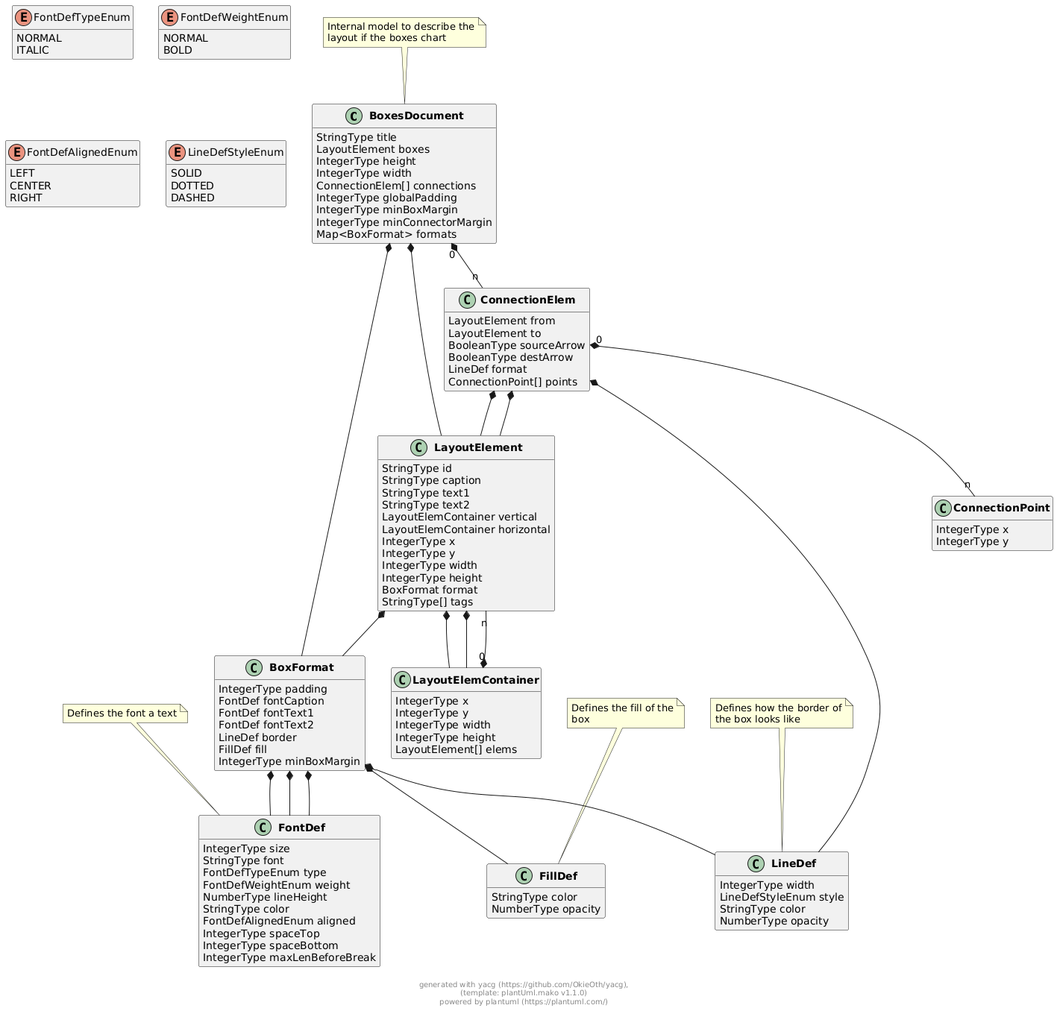
Earlier version of the PlantUML export docs/models/png/boxes_document.png (OkieOth/draw.chart.things).
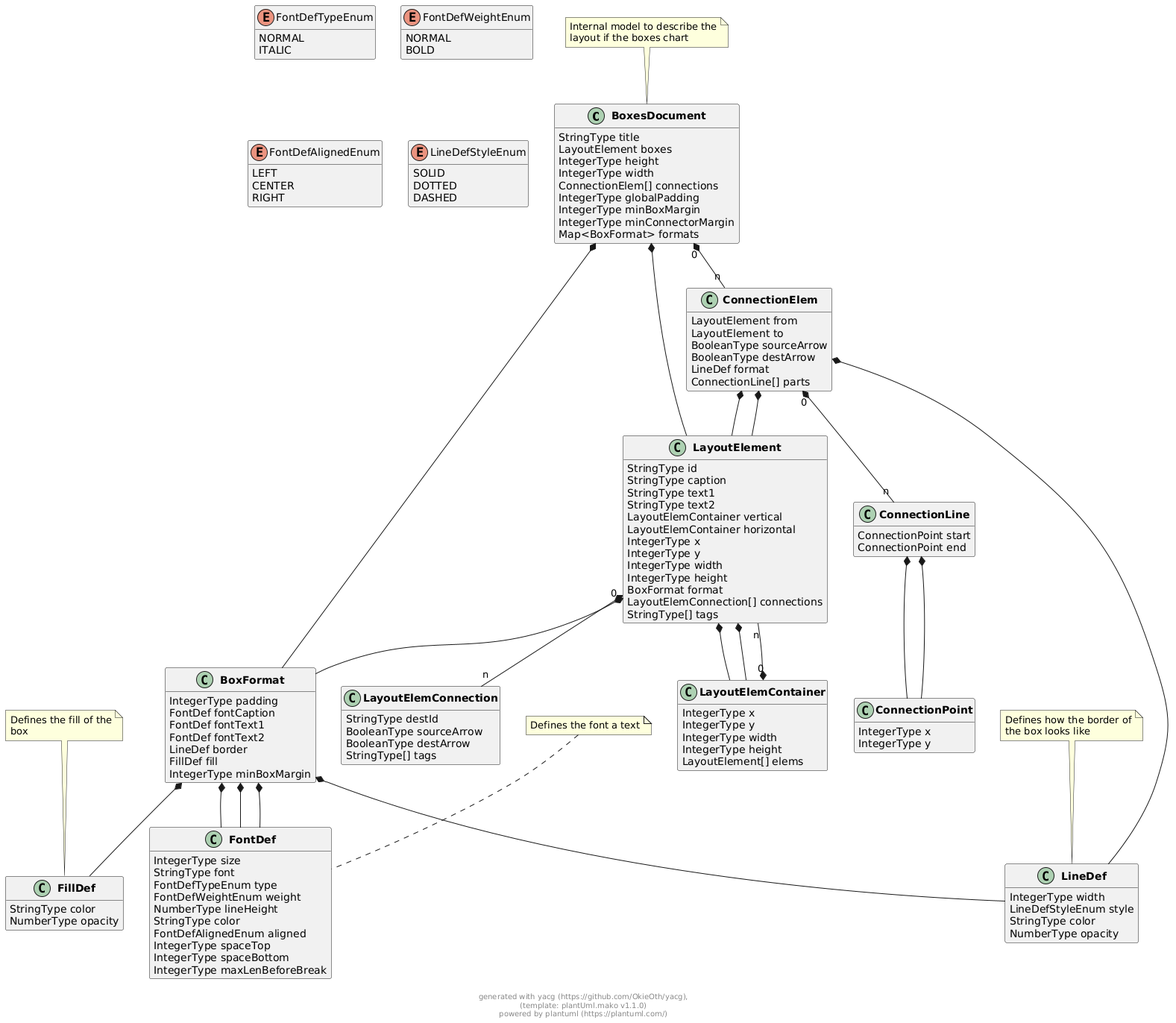
Later version of the same file.

Commit message:
improve boxdoc model for connections

What changed in the source:
```diff
@@ -30,6 +30,7 @@
         IntegerType width
         IntegerType height
         BoxFormat format
+        LayoutElemConnection[] connections
         StringType[] tags
 }
 
@@ -41,7 +42,7 @@
         BooleanType sourceArrow
         BooleanType destArrow
         LineDef format
-        ConnectionPoint[] points
+        ConnectionLine[] parts
 }
 
 
@@ -65,6 +66,22 @@
         IntegerType width
         IntegerType height
         LayoutElement[] elems
+}
+
+
+
+class "**LayoutElemConnection**" as LayoutElemConnection {
+        StringType destId
+        BooleanType sourceArrow
+        BooleanType destArrow
+        StringType[] tags
+}
+
+
+
+class "**ConnectionLine**" as ConnectionLine {
+        ConnectionPoint start
+        ConnectionPoint end
 }
 
 
@@ -161,6 +178,8 @@
 
 LayoutElement  *--  BoxFormat
 
+LayoutElement "0" *-- "n" LayoutElemConnection
+
 
 
 ConnectionElem  *--  LayoutElement
@@ -171,7 +190,7 @@
 
 ConnectionElem  *--  LineDef
 
-ConnectionElem "0" *-- "n" ConnectionPoint
+ConnectionElem "0" *-- "n" ConnectionLine
 
 
 
@@ -193,6 +212,16 @@
 
 
 LayoutElemContainer "0" *-- "n" LayoutElement
+
+
+
+
+
+
+
+ConnectionLine  *--  ConnectionPoint
+
+ConnectionLine  *--  ConnectionPoint
 
 
 
```
